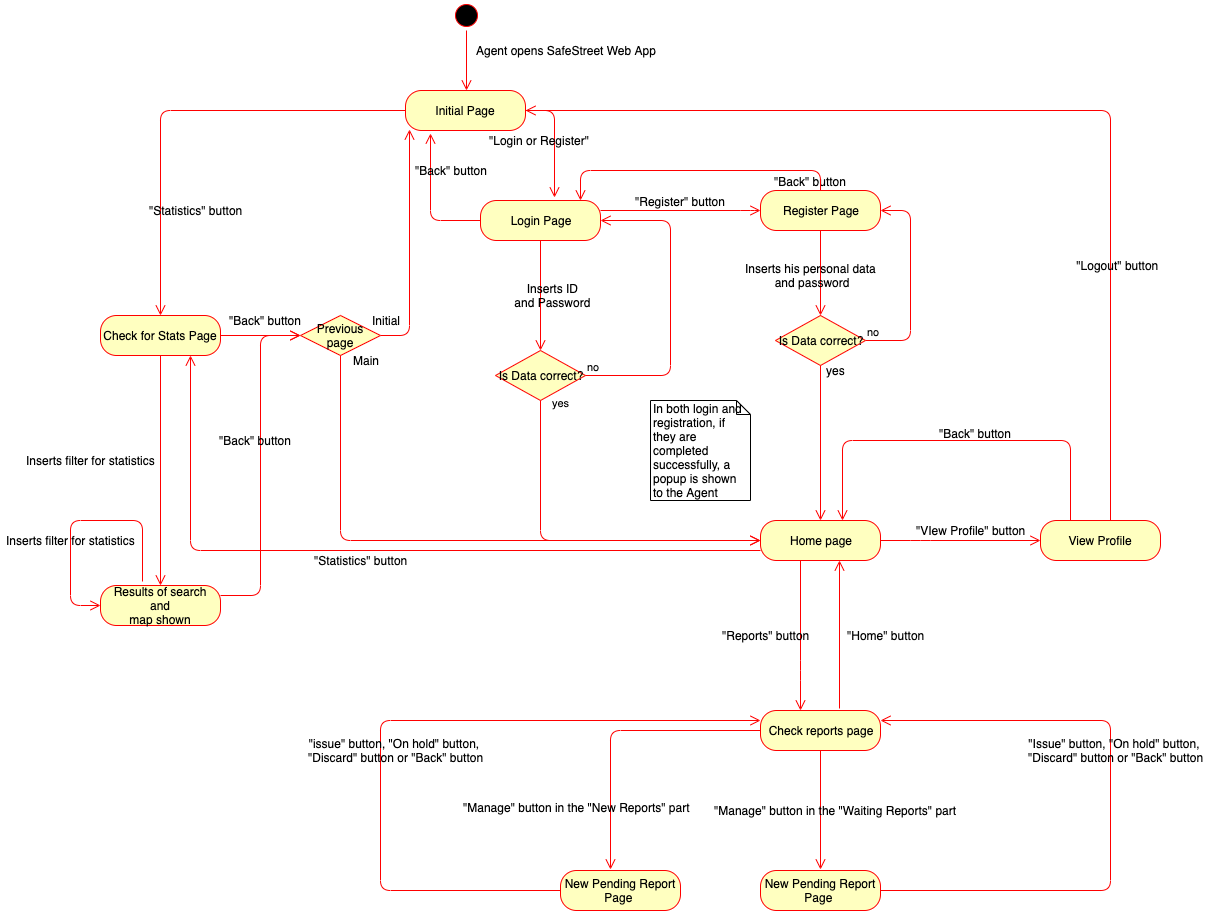
The draw.io diagram DD/img/Activity_diagram_WebApp.png in SimoneSartoni/SoftwareEngineering2, before a commit. Source tidied: cells renumbered, new cells last; positions are measured from the earlier drawing's top-left corner, leaving out a move shared by most shapes.
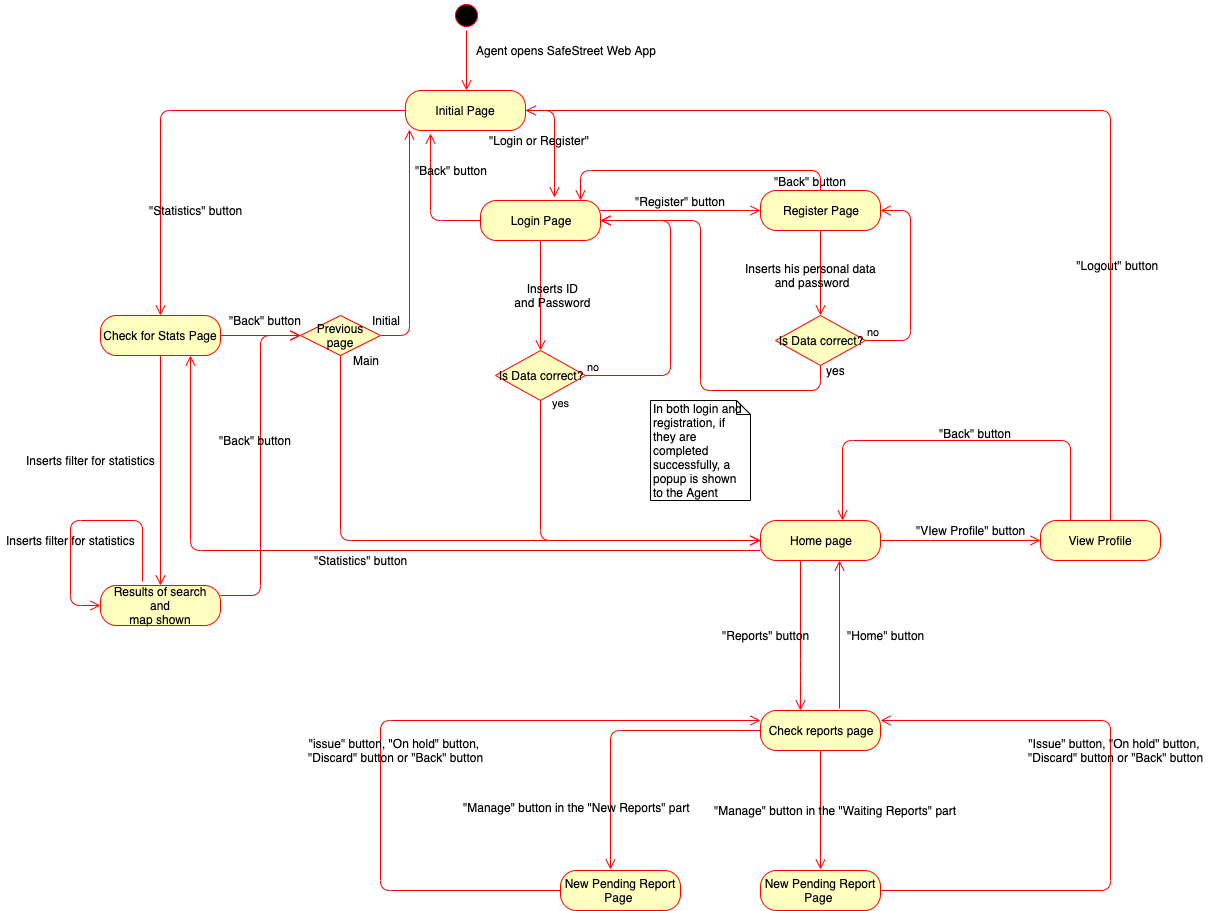
Later version of the same file.

Commit message:
update activity diagrams

What changed in the source:
```diff
@@ -69,10 +69,14 @@
     <mxCell id="16" value="Register Page" style="rounded=1;whiteSpace=wrap;html=1;arcSize=40;fontColor=#000000;fillColor=#ffffc0;strokeColor=#ff0000;" parent="1" vertex="1">
       <mxGeometry x="760" y="190" width="120" height="40" as="geometry" />
     </mxCell>
-    <mxCell id="17" style="edgeStyle=orthogonalEdgeStyle;html=1;verticalAlign=bottom;endArrow=open;endSize=8;strokeColor=#ff0000;exitX=0.5;exitY=1;exitDx=0;exitDy=0;" parent="1" edge="1" source="22" target="19">
+    <mxCell id="17" style="edgeStyle=orthogonalEdgeStyle;html=1;verticalAlign=bottom;endArrow=open;endSize=8;strokeColor=#ff0000;exitX=0.5;exitY=1;exitDx=0;exitDy=0;" parent="1" edge="1" source="22">
       <mxGeometry relative="1" as="geometry">
+        <mxPoint x="600" y="220" as="targetPoint" />
         <Array as="points">
-          <mxPoint x="820" y="310" />
+          <mxPoint x="820" y="390" />
+          <mxPoint x="700" y="390" />
+          <mxPoint x="700" y="220" />
+          <mxPoint x="600" y="220" />
         </Array>
       </mxGeometry>
     </mxCell>
```
